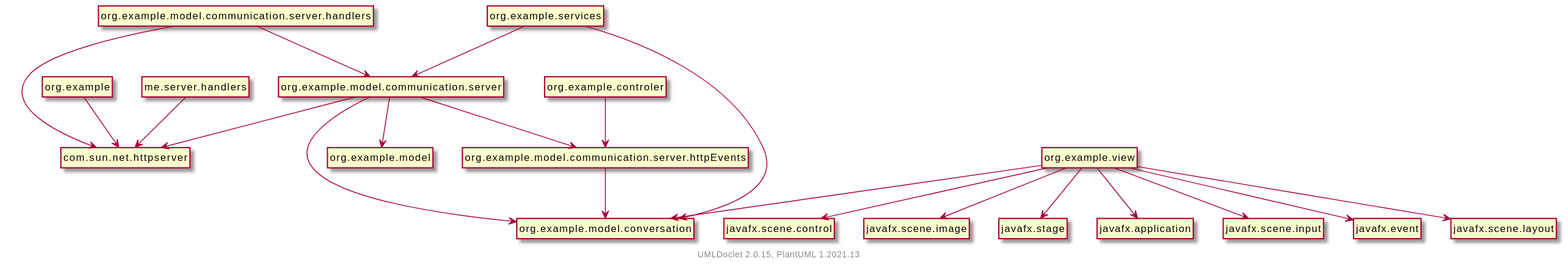
joelimgu/POO_COO_4IR keeps this PlantUML diagram as javadoc/package-dependencies.svg. Above is the earlier version.
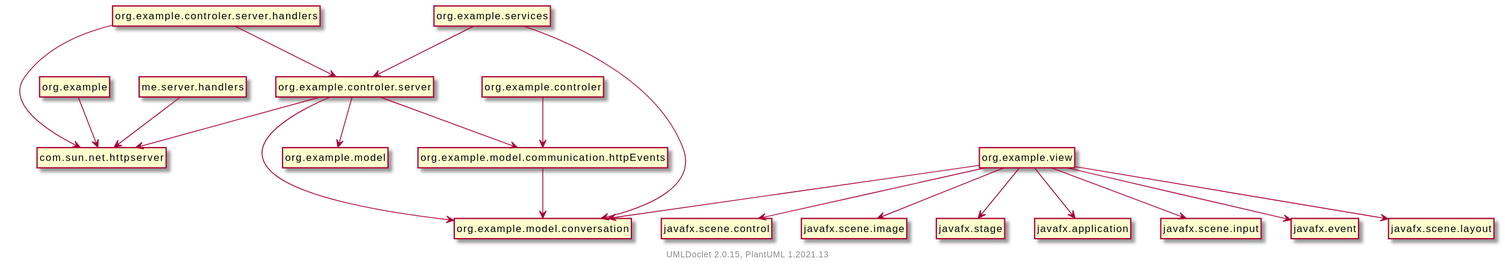
After the commit.

What changed in the source:
```diff
@@ -7,8 +7,14 @@
     me.server.handlers --> com.sun.net.httpserver
     org.example --> com.sun.net.httpserver
     org.example.services --> org.example.model.conversation
-    org.example.services --> org.example.model.communication.server
-    org.example.controler --> org.example.model.communication.server.httpEvents
+    org.example.services --> org.example.controler.server
+    org.example.controler --> org.example.model.communication.httpEvents
+    org.example.controler.server.handlers --> com.sun.net.httpserver
+    org.example.controler.server.handlers --> org.example.controler.server
+    org.example.controler.server --> org.example.model
+    org.example.controler.server --> org.example.model.conversation
+    org.example.controler.server --> com.sun.net.httpserver
+    org.example.controler.server --> org.example.model.communication.httpEvents
     org.example.view --> javafx.scene.layout
     org.example.view --> javafx.scene.control
     org.example.view --> javafx.scene.image
@@ -17,13 +23,7 @@
     org.example.view --> javafx.scene.input
     org.example.view --> org.example.model.conversation
     org.example.view --> javafx.event
-    org.example.model.communication.server.httpEvents --> org.example.model.conversation
-    org.example.model.communication.server.handlers --> com.sun.net.httpserver
-    org.example.model.communication.server.handlers --> org.example.model.communication.server
-    org.example.model.communication.server --> org.example.model
-    org.example.model.communication.server --> org.example.model.conversation
-    org.example.model.communication.server --> com.sun.net.httpserver
-    org.example.model.communication.server --> org.example.model.communication.server.httpEvents
+    org.example.model.communication.httpEvents --> org.example.model.conversation
 
     class "me.server.handlers" [[me/server/handlers/package-summary.html]] {
     }
@@ -33,17 +33,17 @@
     }
     class "org.example.model.conversation" [[org/example/model/conversation/package-summary.html]] {
     }
-    class "org.example.model.communication.server" [[org/example/model/communication/server/package-summary.html]] {
+    class "org.example.controler.server" [[org/example/controler/server/package-summary.html]] {
     }
     class "org.example.controler" [[org/example/controler/package-summary.html]] {
     }
-    class "org.example.model.communication.server.httpEvents" [[org/example/model/communication/server/httpEvents/package-summary.html]] {
+    class "org.example.model.communication.httpEvents" [[org/example/model/communication/httpEvents/package-summary.html]] {
+    }
+    class "org.example.controler.server.handlers" [[org/example/controler/server/handlers/package-summary.html]] {
+    }
+    class "org.example.model" [[org/example/model/package-summary.html]] {
     }
     class "org.example.view" [[org/example/view/package-summary.html]] {
-    }
-    class "org.example.model.communication.server.handlers" [[org/example/model/communication/server/handlers/package-summary.html]] {
-    }
-    class "org.example.model" [[org/example/model/package-summary.html]] {
     }
 
     center footer UMLDoclet 2.0.15, PlantUML 1.2021.13
```
